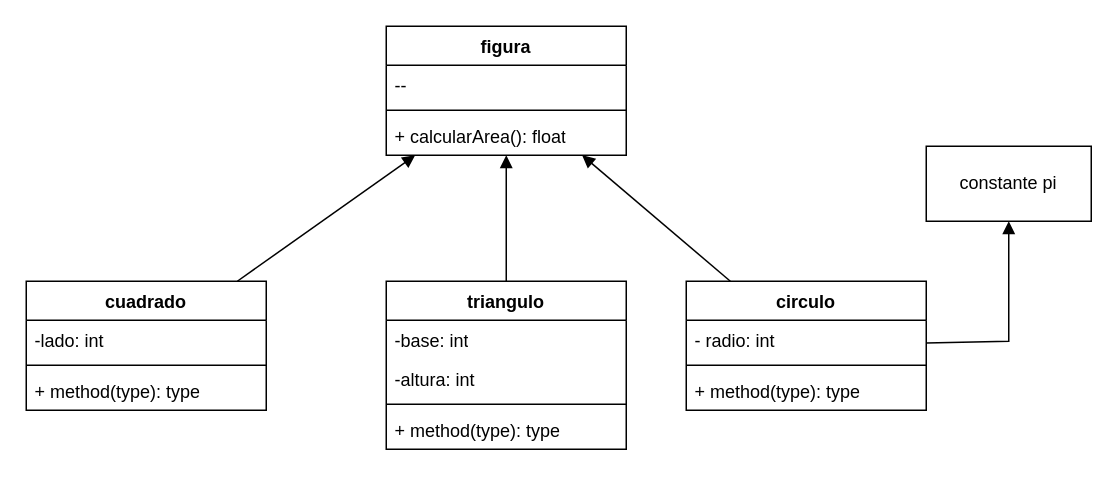
Above: formas.drawio in SantiagoTamayo2002/UML (draw.io), before the change. Source tidied: cells renumbered, new cells numbered last; positions are measured from the earlier drawing's top-left corner, leaving out a move shared by most shapes. Both pictures are drawn from the tidied source at 150%, with x=0, y=0 at pixel (26, 26).
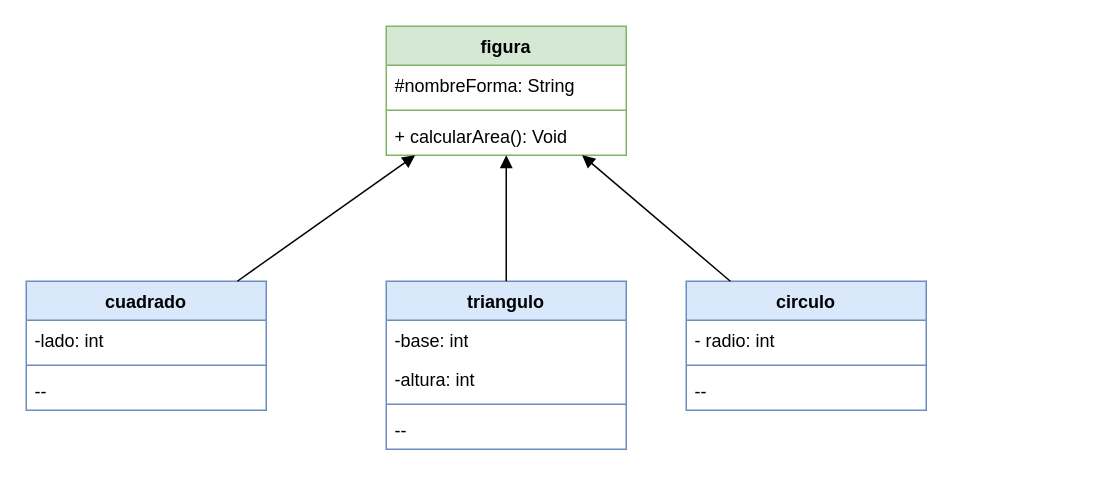
After the change.

Diff of the diagram source:
```diff
@@
-    <mxCell id="2" value="figura&lt;br&gt;" style="swimlane;fontStyle=1;align=center;verticalAlign=top;horizontal=1;startSize=26;whiteSpace=wrap;html=1;" parent="1" vertex="1">
+    <mxCell id="2" value="figura&lt;br&gt;" style="swimlane;fontStyle=1;align=center;verticalAlign=top;horizontal=1;startSize=26;whiteSpace=wrap;html=1;fillColor=#d5e8d4;strokeColor=#82b366;" parent="1" vertex="1">
       <mxGeometry x="240" width="160" height="86" as="geometry" />
     </mxCell>
-    <mxCell id="3" value="--" style="text;strokeColor=none;fillColor=none;align=left;verticalAlign=top;spacingLeft=4;spacingRight=4;overflow=hidden;whiteSpace=wrap;html=1;" parent="2" vertex="1">
+    <mxCell id="3" value="#nombreForma: String" style="text;strokeColor=none;fillColor=none;align=left;verticalAlign=top;spacingLeft=4;spacingRight=4;overflow=hidden;whiteSpace=wrap;html=1;" parent="2" vertex="1">
       <mxGeometry y="26" width="160" height="26" as="geometry" />
     </mxCell>
@@
-    <mxCell id="5" value="+ calcularArea(): float" style="text;strokeColor=none;fillColor=none;align=left;verticalAlign=top;spacingLeft=4;spacingRight=4;overflow=hidden;whiteSpace=wrap;html=1;" parent="2" vertex="1">
+    <mxCell id="5" value="+ calcularArea(): Void" style="text;strokeColor=none;fillColor=none;align=left;verticalAlign=top;spacingLeft=4;spacingRight=4;overflow=hidden;whiteSpace=wrap;html=1;" parent="2" vertex="1">
       <mxGeometry y="60" width="160" height="26" as="geometry" />
     </mxCell>
-    <mxCell id="6" value="cuadrado" style="swimlane;fontStyle=1;align=center;verticalAlign=top;horizontal=1;startSize=26;whiteSpace=wrap;html=1;" parent="1" vertex="1">
+    <mxCell id="6" value="cuadrado" style="swimlane;fontStyle=1;align=center;verticalAlign=top;horizontal=1;startSize=26;whiteSpace=wrap;html=1;fillColor=#dae8fc;strokeColor=#6c8ebf;" parent="1" vertex="1">
       <mxGeometry y="170" width="160" height="86" as="geometry" />
     </mxCell>
@@
-    <mxCell id="9" value="+ method(type): type" style="text;strokeColor=none;fillColor=none;align=left;verticalAlign=top;spacingLeft=4;spacingRight=4;overflow=hidden;whiteSpace=wrap;html=1;" parent="6" vertex="1">
+    <mxCell id="9" value="--" style="text;strokeColor=none;fillColor=none;align=left;verticalAlign=top;spacingLeft=4;spacingRight=4;overflow=hidden;whiteSpace=wrap;html=1;" parent="6" vertex="1">
       <mxGeometry y="60" width="160" height="26" as="geometry" />
     </mxCell>
-    <mxCell id="10" value="triangulo" style="swimlane;fontStyle=1;align=center;verticalAlign=top;horizontal=1;startSize=26;whiteSpace=wrap;html=1;" parent="1" vertex="1">
+    <mxCell id="10" value="triangulo" style="swimlane;fontStyle=1;align=center;verticalAlign=top;horizontal=1;startSize=26;whiteSpace=wrap;html=1;fillColor=#dae8fc;strokeColor=#6c8ebf;" parent="1" vertex="1">
       <mxGeometry x="240" y="170" width="160" height="112" as="geometry" />
     </mxCell>
@@
-    <mxCell id="14" value="+ method(type): type" style="text;strokeColor=none;fillColor=none;align=left;verticalAlign=top;spacingLeft=4;spacingRight=4;overflow=hidden;whiteSpace=wrap;html=1;" parent="10" vertex="1">
+    <mxCell id="14" value="--" style="text;strokeColor=none;fillColor=none;align=left;verticalAlign=top;spacingLeft=4;spacingRight=4;overflow=hidden;whiteSpace=wrap;html=1;" parent="10" vertex="1">
       <mxGeometry y="86" width="160" height="26" as="geometry" />
     </mxCell>
@@
-    <mxCell id="17" value="circulo" style="swimlane;fontStyle=1;align=center;verticalAlign=top;horizontal=1;startSize=26;whiteSpace=wrap;html=1;" parent="1" vertex="1">
+    <mxCell id="17" value="circulo" style="swimlane;fontStyle=1;align=center;verticalAlign=top;horizontal=1;startSize=26;whiteSpace=wrap;html=1;fillColor=#dae8fc;strokeColor=#6c8ebf;" parent="1" vertex="1">
       <mxGeometry x="440" y="170" width="160" height="86" as="geometry" />
     </mxCell>
@@
-    <mxCell id="20" value="+ method(type): type" style="text;strokeColor=none;fillColor=none;align=left;verticalAlign=top;spacingLeft=4;spacingRight=4;overflow=hidden;whiteSpace=wrap;html=1;" parent="17" vertex="1">
+    <mxCell id="20" value="--" style="text;strokeColor=none;fillColor=none;align=left;verticalAlign=top;spacingLeft=4;spacingRight=4;overflow=hidden;whiteSpace=wrap;html=1;" parent="17" vertex="1">
       <mxGeometry y="60" width="160" height="26" as="geometry" />
     </mxCell>
@@
-    <mxCell id="22" value="constante pi" style="html=1;whiteSpace=wrap;" parent="1" vertex="1">
-      <mxGeometry x="600" y="80" width="110" height="50" as="geometry" />
-    </mxCell>
-    <mxCell id="23" style="html=1;verticalAlign=bottom;endArrow=block;curved=0;rounded=0;" parent="1" edge="1" source="17" target="22">
-      <mxGeometry relative="1" as="geometry">
-        <Array as="points">
-          <mxPoint x="655" y="210" />
-        </Array>
-      </mxGeometry>
-    </mxCell>
```
